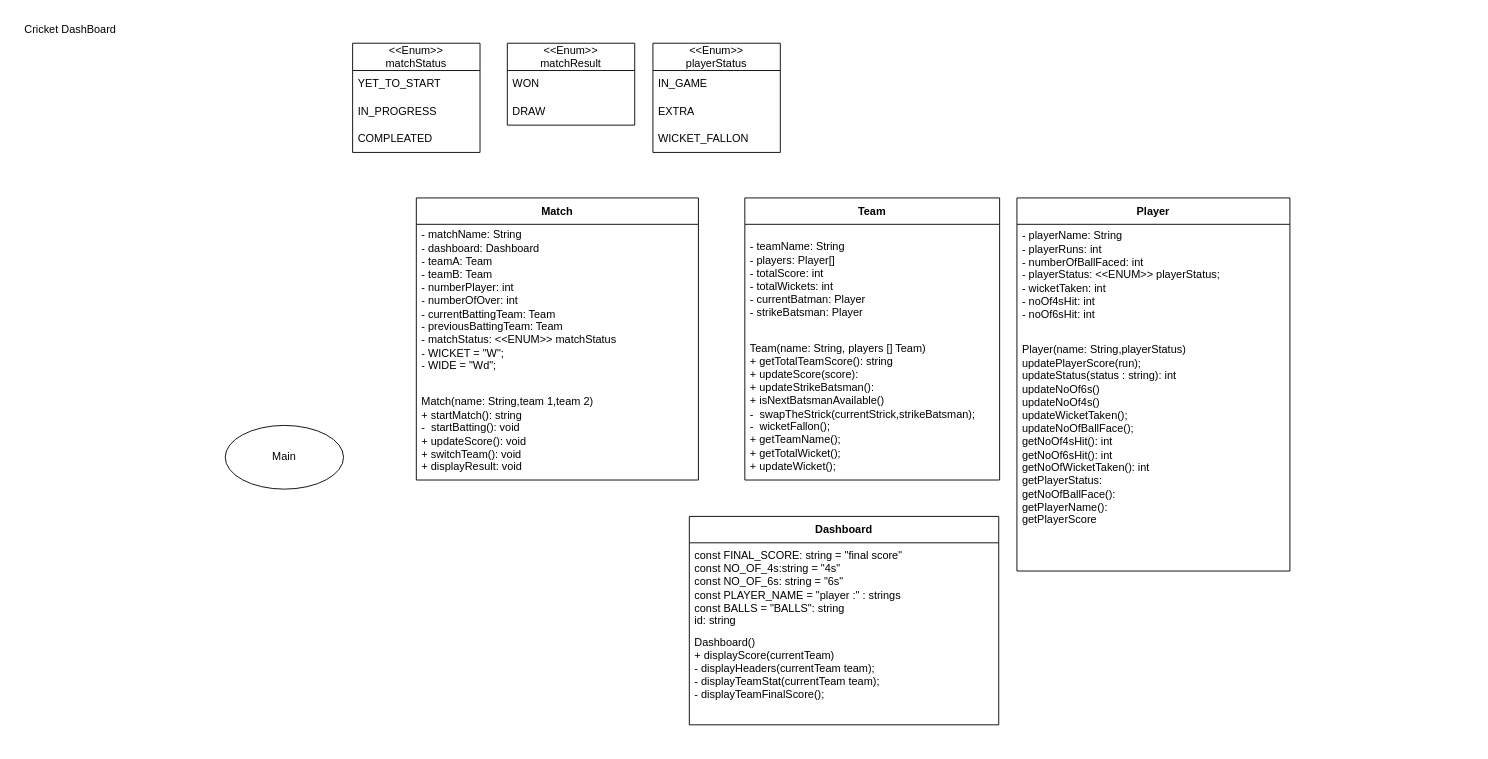
Above: cricket-dashboard/CricketDashBoard.drawio in siddheshJungade/prep (draw.io), before the change. Source tidied: cells renumbered, new cells numbered last; positions are measured from the earlier drawing's top-left corner, leaving out a move shared by most shapes. Both pictures are drawn from the tidied source at 91%, with x=0, y=0 at pixel (15, 15).
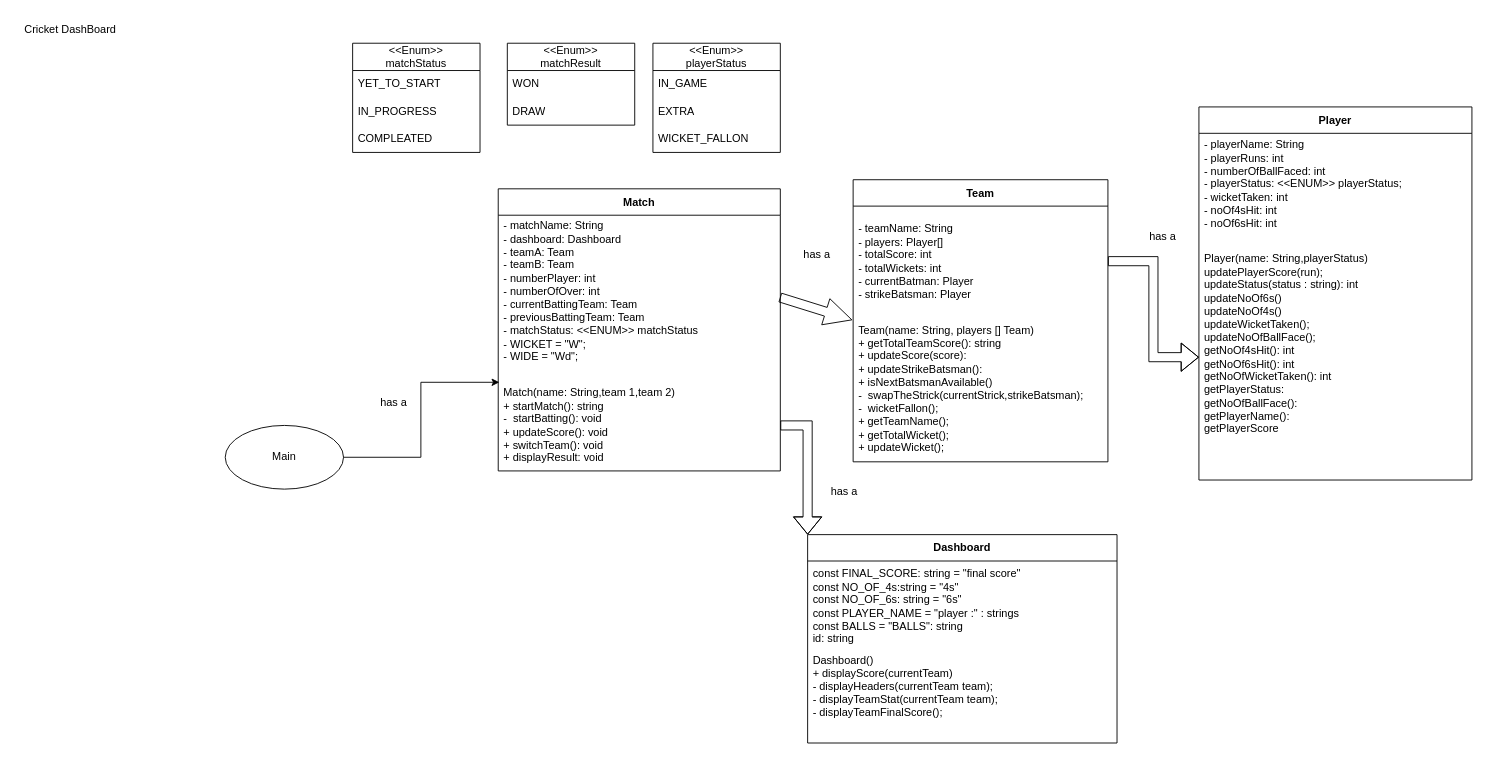
Above is the later version.

Commit message:
point a relation on cricket Dashboard

Unchanged cells that the change refers to:
```xml
<mxCell id="10" value="Main" style="ellipse;html=1;whiteSpace=wrap;" parent="1" vertex="1">
  <mxGeometry x="230" y="450" width="130" height="70" as="geometry" />
</mxCell>
<mxCell id="12" value="&lt;div align=&quot;left&quot;&gt;&lt;div&gt;- matchName: String&lt;/div&gt;&lt;div&gt;- dashboard: Dashboard&lt;br&gt;&lt;/div&gt;- teamA: Team&lt;br&gt;- teamB: Team&lt;/div&gt;&lt;div align=&quot;left&quot;&gt;- numberPlayer: int&lt;/div&gt;&lt;div align=&quot;left&quot;&gt;- numberOfOver: int&lt;/div&gt;&lt;div align=&quot;left&quot;&gt;- currentBattingTeam: Team&lt;/div&gt;&lt;div align=&quot;left&quot;&gt;- previousBattingTeam: Team&lt;/div&gt;&lt;div align=&quot;left&quot;&gt;- matchStatus: &amp;lt;&amp;lt;ENUM&amp;gt;&amp;gt; matchStatus &lt;br&gt;&lt;/div&gt;&lt;div align=&quot;left&quot;&gt;- WICKET = &quot;W&quot;;&lt;br&gt;- WIDE = &quot;Wd&quot;;&lt;br&gt;&lt;br&gt;&lt;/div&gt;" style="text;html=1;strokeColor=none;fillColor=none;align=left;verticalAlign=middle;spacingLeft=4;spacingRight=4;overflow=hidden;points=[[0,0.5],[1,0.5]];portConstraint=eastwest;whiteSpace=wrap;" parent="11" vertex="1">
  <mxGeometry y="29" width="310" height="181" as="geometry" />
</mxCell>
<mxCell id="13" value="&lt;div&gt;Match(name: String,team 1,team 2)&lt;/div&gt;&lt;div&gt;+ startMatch(): string&lt;/div&gt;&lt;div&gt;-&amp;nbsp; startBatting(): void&lt;br&gt;&lt;/div&gt;&lt;div&gt;+ updateScore(): void&lt;/div&gt;&lt;div&gt;+ switchTeam(): void&lt;/div&gt;&lt;div&gt;+ displayResult: void&lt;br&gt;&lt;/div&gt;" style="text;html=1;strokeColor=none;fillColor=none;align=left;verticalAlign=middle;spacingLeft=4;spacingRight=4;overflow=hidden;points=[[0,0.5],[1,0.5]];portConstraint=eastwest;whiteSpace=wrap;" parent="11" vertex="1">
  <mxGeometry y="210" width="310" height="100" as="geometry" />
</mxCell>
<mxCell id="15" value="&lt;div align=&quot;left&quot;&gt;&lt;div&gt;- teamName: String &lt;br&gt;&lt;/div&gt;- players: Player[]&lt;/div&gt;&lt;div align=&quot;left&quot;&gt;- totalScore: int&lt;/div&gt;&lt;div align=&quot;left&quot;&gt;- totalWickets: int&lt;/div&gt;&lt;div align=&quot;left&quot;&gt;- currentBatman: Player&lt;/div&gt;&lt;div align=&quot;left&quot;&gt;- strikeBatsman: Player &lt;br&gt;&lt;/div&gt;" style="text;html=1;strokeColor=none;fillColor=none;align=left;verticalAlign=middle;spacingLeft=4;spacingRight=4;overflow=hidden;points=[[0,0.5],[1,0.5]];portConstraint=eastwest;whiteSpace=wrap;" parent="14" vertex="1">
  <mxGeometry y="29" width="280" height="121" as="geometry" />
</mxCell>
<mxCell id="16" value="&lt;div&gt;Team(name: String, players [] Team)&lt;/div&gt;&lt;div&gt;+ getTotalTeamScore(): string&lt;br&gt;&lt;/div&gt;&lt;div&gt;+ updateScore(score):&lt;/div&gt;&lt;div&gt;+ updateStrikeBatsman():&lt;/div&gt;&lt;div&gt;+ isNextBatsmanAvailable()&lt;br&gt;&lt;/div&gt;&lt;div&gt;-&amp;nbsp; swapTheStrick(currentStrick,strikeBatsman);&lt;/div&gt;&lt;div&gt;-&amp;nbsp; wicketFallon();&lt;/div&gt;&lt;div&gt;+ getTeamName();&lt;/div&gt;&lt;div&gt;+ getTotalWicket();&lt;/div&gt;&lt;div&gt;+ updateWicket();&lt;br&gt;&lt;/div&gt;" style="text;html=1;strokeColor=none;fillColor=none;align=left;verticalAlign=middle;spacingLeft=4;spacingRight=4;overflow=hidden;points=[[0,0.5],[1,0.5]];portConstraint=eastwest;whiteSpace=wrap;" parent="14" vertex="1">
  <mxGeometry y="150" width="280" height="160" as="geometry" />
</mxCell>
<mxCell id="19" value="&lt;div&gt;Player(name: String,playerStatus)&lt;/div&gt;&lt;div&gt;updatePlayerScore(run);&lt;/div&gt;&lt;div&gt;updateStatus(status : string): int&lt;/div&gt;&lt;div&gt;updateNoOf6s()&lt;/div&gt;&lt;div&gt;updateNoOf4s()&lt;/div&gt;&lt;div&gt;updateWicketTaken();&lt;/div&gt;&lt;div&gt;updateNoOfBallFace();&lt;br&gt;&lt;/div&gt;&lt;div&gt;getNoOf4sHit(): int&lt;br&gt;&lt;/div&gt;&lt;div&gt;getNoOf6sHit(): int&lt;br&gt;&lt;/div&gt;&lt;div&gt;getNoOfWicketTaken(): int&lt;/div&gt;&lt;div&gt;getPlayerStatus:&lt;/div&gt;&lt;div&gt;getNoOfBallFace():&lt;/div&gt;&lt;div&gt;getPlayerName():&lt;/div&gt;&lt;div&gt;getPlayerScore&lt;br&gt;&lt;/div&gt;&lt;div&gt;&lt;br&gt;&lt;/div&gt;&lt;div&gt;&lt;br&gt;&lt;/div&gt;" style="text;html=1;strokeColor=none;fillColor=none;align=left;verticalAlign=middle;spacingLeft=4;spacingRight=4;overflow=hidden;points=[[0,0.5],[1,0.5]];portConstraint=eastwest;whiteSpace=wrap;" parent="17" vertex="1">
  <mxGeometry y="140" width="300" height="270" as="geometry" />
</mxCell>
```

The edit, as a diff of the source:
```diff
@@
     <mxCell id="11" value="Match" style="swimlane;fontStyle=1;align=center;verticalAlign=middle;horizontal=1;startSize=29;html=1;whiteSpace=wrap;" parent="1" vertex="1">
-      <mxGeometry x="440" y="200" width="310" height="310" as="geometry" />
+      <mxGeometry x="530" y="190" width="310" height="310" as="geometry" />
     </mxCell>
@@
     <mxCell id="14" value="Team" style="swimlane;fontStyle=1;align=center;verticalAlign=middle;horizontal=1;startSize=29;html=1;whiteSpace=wrap;" parent="1" vertex="1">
-      <mxGeometry x="801" y="200" width="280" height="310" as="geometry" />
+      <mxGeometry x="920" y="180" width="280" height="310" as="geometry" />
     </mxCell>
@@
     <mxCell id="17" value="Player" style="swimlane;fontStyle=1;align=center;verticalAlign=middle;horizontal=1;startSize=29;html=1;whiteSpace=wrap;" parent="1" vertex="1">
-      <mxGeometry x="1100" y="200" width="300" height="410" as="geometry" />
+      <mxGeometry x="1300" y="100" width="300" height="410" as="geometry" />
     </mxCell>
@@
     <mxCell id="24" value="Dashboard" style="swimlane;fontStyle=1;align=center;verticalAlign=middle;horizontal=1;startSize=29;html=1;whiteSpace=wrap;" parent="1" vertex="1">
-      <mxGeometry x="740" y="550" width="340" height="229" as="geometry" />
+      <mxGeometry x="870" y="570" width="340" height="229" as="geometry" />
     </mxCell>
@@
+    <mxCell id="27" style="edgeStyle=orthogonalEdgeStyle;rounded=0;jettySize=auto;html=1;exitX=1;exitY=0.5;exitDx=0;exitDy=0;entryX=0.004;entryY=0.026;entryDx=0;entryDy=0;entryPerimeter=0;" parent="1" edge="1" source="10" target="13">
+      <mxGeometry relative="1" as="geometry" />
+    </mxCell>
+    <mxCell id="28" value="has a" style="text;html=1;align=center;verticalAlign=middle;strokeColor=none;fillColor=none;" parent="1" vertex="1">
+      <mxGeometry x="390" y="410" width="50" height="30" as="geometry" />
+    </mxCell>
+    <mxCell id="29" style="edgeStyle=orthogonalEdgeStyle;rounded=0;jettySize=auto;html=1;exitX=1;exitY=0.5;exitDx=0;exitDy=0;entryX=-0.005;entryY=0.025;entryDx=0;entryDy=0;entryPerimeter=0;shape=arrow;" parent="1" edge="1" source="12" target="16">
+      <mxGeometry relative="1" as="geometry" />
+    </mxCell>
+    <mxCell id="30" value="has a" style="text;html=1;align=center;verticalAlign=middle;strokeColor=none;fillColor=none;" parent="1" vertex="1">
+      <mxGeometry x="855" y="248" width="50" height="30" as="geometry" />
+    </mxCell>
+    <mxCell id="31" style="edgeStyle=orthogonalEdgeStyle;rounded=0;jettySize=auto;html=1;shape=flexArrow;" parent="1" edge="1" source="15" target="19">
+      <mxGeometry relative="1" as="geometry" />
+    </mxCell>
+    <mxCell id="32" value="has a" style="text;html=1;align=center;verticalAlign=middle;strokeColor=none;fillColor=none;" parent="1" vertex="1">
+      <mxGeometry x="1235" y="228" width="50" height="30" as="geometry" />
+    </mxCell>
+    <mxCell id="33" style="edgeStyle=orthogonalEdgeStyle;rounded=0;jettySize=auto;html=1;entryX=0;entryY=0;entryDx=0;entryDy=0;shape=flexArrow;" parent="1" edge="1" source="13" target="24">
+      <mxGeometry relative="1" as="geometry" />
+    </mxCell>
+    <mxCell id="34" value="&lt;div&gt;has a&lt;/div&gt;" style="text;html=1;align=center;verticalAlign=middle;strokeColor=none;fillColor=none;" parent="1" vertex="1">
+      <mxGeometry x="885" y="508" width="50" height="30" as="geometry" />
+    </mxCell>
```
